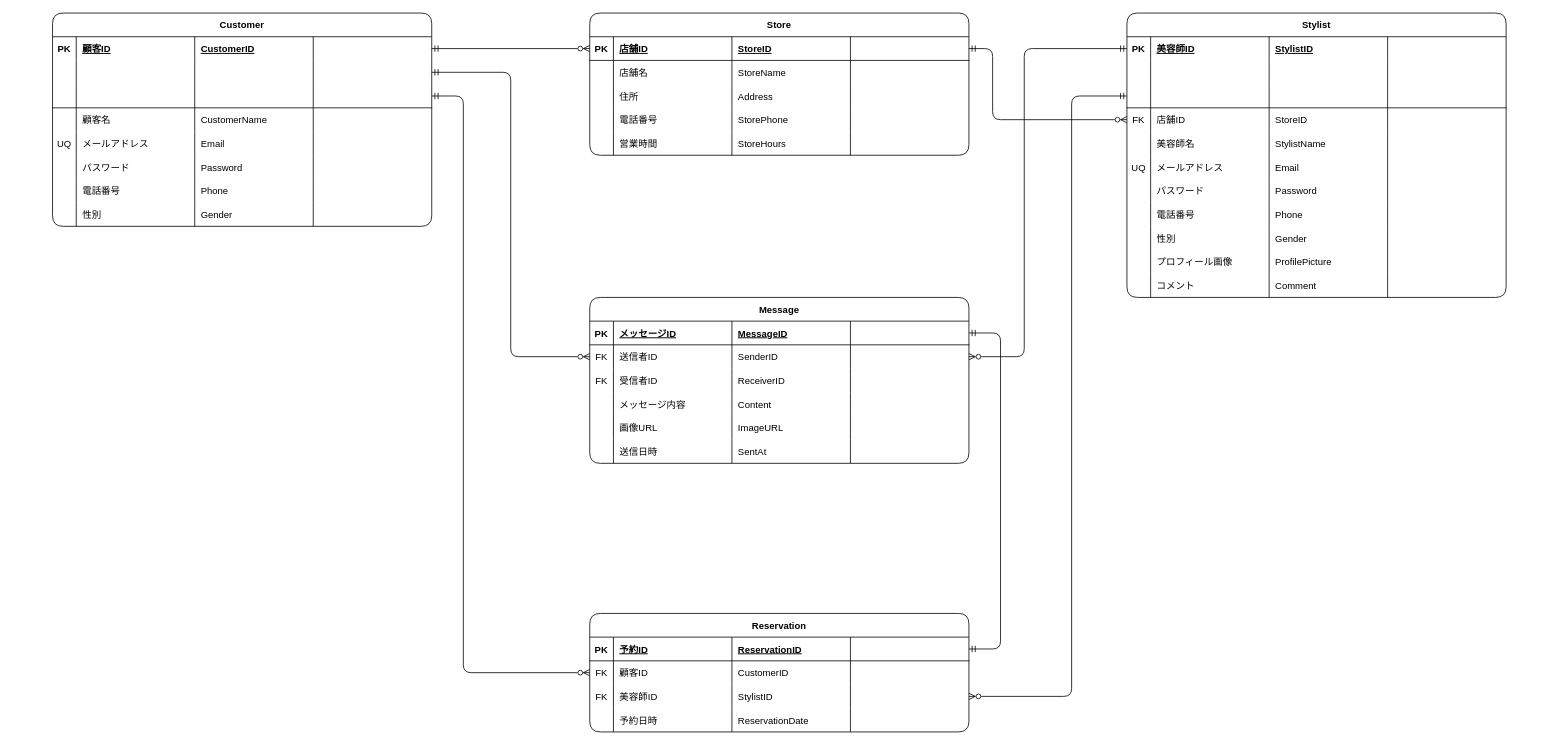
J-Team-2025-Winter/J-Team-2025-Winter keeps this draw.io diagram as background/ER-Draft_hiyo.dio. Above is the earlier version. Source tidied: cells renumbered, new cells numbered last; positions are measured from the earlier drawing's top-left corner, leaving out a move shared by most shapes. Both pictures are drawn from the tidied source at 79%, with x=0, y=0 at pixel (52, 13).
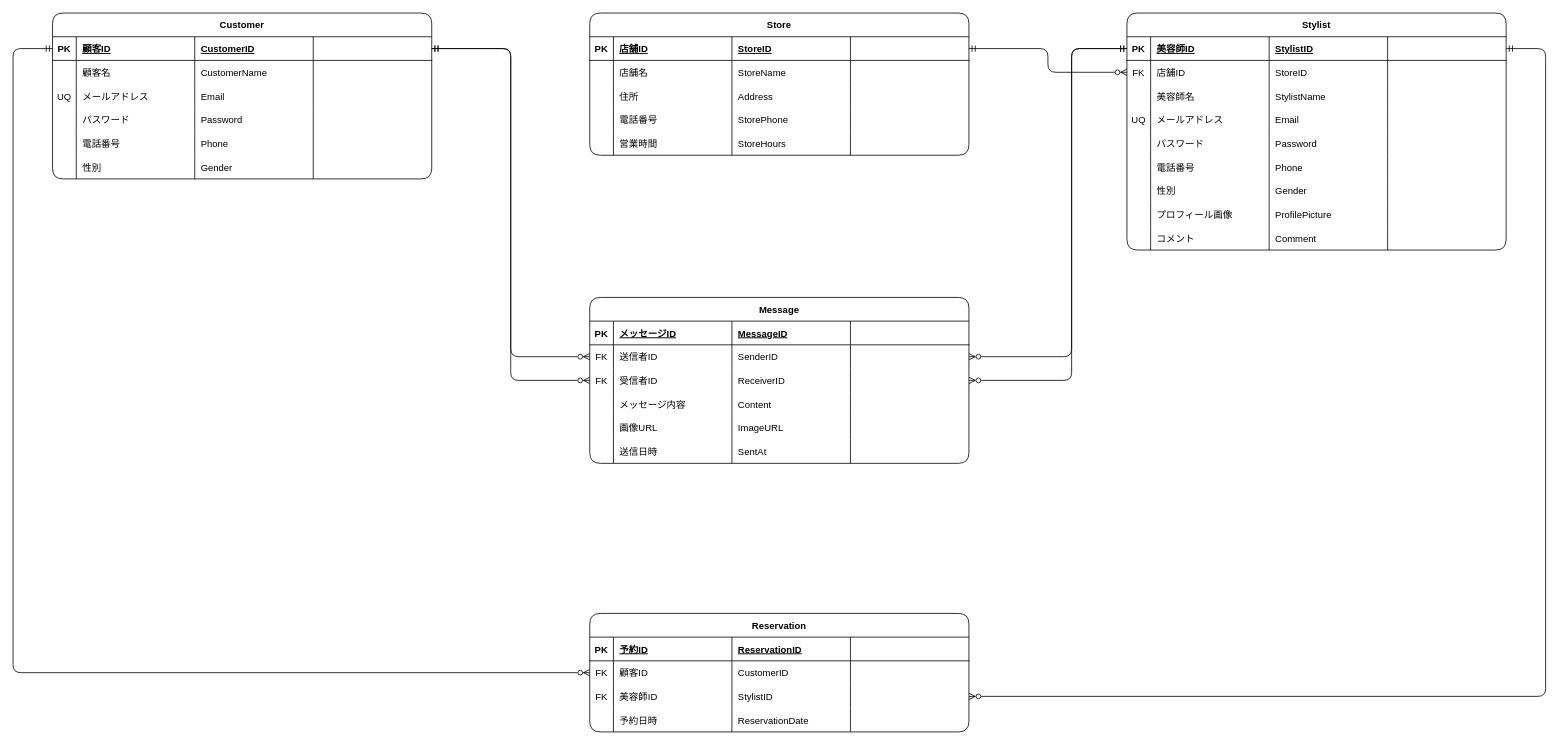
After the change.

Unchanged cells that the change refers to:
```xml
<mxCell id="100" style="shape=tableRow;horizontal=0;startSize=0;swimlaneHead=0;swimlaneBody=0;fillColor=none;points=[[0,0.5],[1,0.5]];portConstraint=eastwest;top=0;left=0;right=0;bottom=1;" parent="99" vertex="1">
  <mxGeometry y="30" width="480" height="30" as="geometry" />
</mxCell>
<mxCell id="105" style="shape=tableRow;horizontal=0;startSize=0;swimlaneHead=0;swimlaneBody=0;fillColor=none;points=[[0,0.5],[1,0.5]];portConstraint=eastwest;top=0;left=0;right=0;bottom=0;" parent="99" vertex="1">
  <mxGeometry y="60" width="480" height="30" as="geometry" />
</mxCell>
<mxCell id="110" style="shape=tableRow;horizontal=0;startSize=0;swimlaneHead=0;swimlaneBody=0;fillColor=none;points=[[0,0.5],[1,0.5]];portConstraint=eastwest;top=0;left=0;right=0;bottom=0;" parent="99" vertex="1">
  <mxGeometry y="90" width="480" height="30" as="geometry" />
</mxCell>
<mxCell id="131" style="shape=tableRow;horizontal=0;startSize=0;swimlaneHead=0;swimlaneBody=0;fillColor=none;points=[[0,0.5],[1,0.5]];portConstraint=eastwest;top=0;left=0;right=0;bottom=1;" parent="130" vertex="1">
  <mxGeometry y="30" width="480" height="30" as="geometry" />
</mxCell>
<mxCell id="136" style="shape=tableRow;horizontal=0;startSize=0;swimlaneHead=0;swimlaneBody=0;fillColor=none;points=[[0,0.5],[1,0.5]];portConstraint=eastwest;top=0;left=0;right=0;bottom=0;" parent="130" vertex="1">
  <mxGeometry y="60" width="480" height="30" as="geometry" />
</mxCell>
<mxCell id="141" style="shape=tableRow;horizontal=0;startSize=0;swimlaneHead=0;swimlaneBody=0;fillColor=none;points=[[0,0.5],[1,0.5]];portConstraint=eastwest;top=0;left=0;right=0;bottom=0;" parent="130" vertex="1">
  <mxGeometry y="90" width="480" height="30" as="geometry" />
</mxCell>
<mxCell id="152" style="shape=tableRow;horizontal=0;startSize=0;swimlaneHead=0;swimlaneBody=0;fillColor=none;points=[[0,0.5],[1,0.5]];portConstraint=eastwest;top=0;left=0;right=0;bottom=1;" parent="151" vertex="1">
  <mxGeometry y="30" width="480" height="30" as="geometry" />
</mxCell>
```

The edit, as a diff of the source:
```diff
@@
     <mxCell id="2" value="Customer" style="shape=table;startSize=30;childLayout=tableLayout;rowLines=0;fontStyle=1;align=center;rounded=1;" parent="1" vertex="1">
-      <mxGeometry width="480" height="270" as="geometry" />
+      <mxGeometry width="480" height="210" as="geometry" />
     </mxCell>
-    <mxCell id="3" style="shape=tableRow;horizontal=0;startSize=0;swimlaneHead=0;swimlaneBody=0;fillColor=none;points=[[0,0.5],[1,0.5]];portConstraint=eastwest;top=0;left=0;right=0;bottom=0;" parent="2" vertex="1">
+    <mxCell id="3" style="shape=tableRow;horizontal=0;startSize=0;swimlaneHead=0;swimlaneBody=0;fillColor=none;points=[[0,0.5],[1,0.5]];portConstraint=eastwest;top=0;left=0;right=0;bottom=1;" parent="2" vertex="1">
       <mxGeometry y="30" width="480" height="30" as="geometry" />
     </mxCell>
@@
-    <mxCell id="8" style="shape=tableRow;horizontal=0;startSize=0;swimlaneHead=0;swimlaneBody=0;fillColor=none;points=[[0,0.5],[1,0.5]];portConstraint=eastwest;top=0;left=0;right=0;bottom=0;" parent="2" vertex="1">
-      <mxGeometry y="60" width="480" height="30" as="geometry" />
-    </mxCell>
-    <mxCell id="9" style="shape=partialRectangle;fillColor=none;top=0;left=0;bottom=0;right=0;fontStyle=1;overflow=hidden;" parent="8" vertex="1">
-      <mxGeometry width="30" height="30" as="geometry" />
-    </mxCell>
-    <mxCell id="10" style="shape=partialRectangle;fillColor=none;top=0;left=0;bottom=0;right=0;align=left;spacingLeft=6;fontStyle=5;overflow=hidden;" parent="8" vertex="1">
-      <mxGeometry x="30" width="150" height="30" as="geometry" />
-    </mxCell>
-    <mxCell id="11" style="shape=partialRectangle;fillColor=none;top=0;left=0;bottom=0;right=0;align=left;spacingLeft=6;fontStyle=5;overflow=hidden;" parent="8" vertex="1">
-      <mxGeometry x="180" width="150" height="30" as="geometry" />
-    </mxCell>
-    <mxCell id="12" style="shape=partialRectangle;fillColor=none;top=0;left=0;bottom=0;right=0;align=left;spacingLeft=6;fontStyle=5;overflow=hidden;" parent="8" vertex="1">
-      <mxGeometry x="330" width="150" height="30" as="geometry" />
-    </mxCell>
-    <mxCell id="13" style="shape=tableRow;horizontal=0;startSize=0;swimlaneHead=0;swimlaneBody=0;fillColor=none;points=[[0,0.5],[1,0.5]];portConstraint=eastwest;top=0;left=0;right=0;bottom=1;" parent="2" vertex="1">
-      <mxGeometry y="90" width="480" height="30" as="geometry" />
-    </mxCell>
-    <mxCell id="14" style="shape=partialRectangle;fillColor=none;top=0;left=0;bottom=0;right=0;fontStyle=1;overflow=hidden;" parent="13" vertex="1">
-      <mxGeometry width="30" height="30" as="geometry" />
-    </mxCell>
-    <mxCell id="15" style="shape=partialRectangle;fillColor=none;top=0;left=0;bottom=0;right=0;align=left;spacingLeft=6;fontStyle=5;overflow=hidden;" parent="13" vertex="1">
-      <mxGeometry x="30" width="150" height="30" as="geometry" />
-    </mxCell>
-    <mxCell id="16" style="shape=partialRectangle;fillColor=none;top=0;left=0;bottom=0;right=0;align=left;spacingLeft=6;fontStyle=5;overflow=hidden;" parent="13" vertex="1">
-      <mxGeometry x="180" width="150" height="30" as="geometry" />
-    </mxCell>
-    <mxCell id="17" style="shape=partialRectangle;fillColor=none;top=0;left=0;bottom=0;right=0;align=left;spacingLeft=6;fontStyle=5;overflow=hidden;" parent="13" vertex="1">
-      <mxGeometry x="330" width="150" height="30" as="geometry" />
-    </mxCell>
     <mxCell id="18" style="shape=tableRow;horizontal=0;startSize=0;swimlaneHead=0;swimlaneBody=0;fillColor=none;top=0;left=0;right=0;bottom=0;" parent="2" vertex="1">
-      <mxGeometry y="120" width="480" height="30" as="geometry" />
+      <mxGeometry y="60" width="480" height="30" as="geometry" />
     </mxCell>
@@
     <mxCell id="23" style="shape=tableRow;horizontal=0;startSize=0;swimlaneHead=0;swimlaneBody=0;fillColor=none;top=0;left=0;right=0;bottom=0;" parent="2" vertex="1">
-      <mxGeometry y="150" width="480" height="30" as="geometry" />
+      <mxGeometry y="90" width="480" height="30" as="geometry" />
     </mxCell>
@@
     <mxCell id="28" style="shape=tableRow;horizontal=0;startSize=0;swimlaneHead=0;swimlaneBody=0;fillColor=none;top=0;left=0;right=0;bottom=0;" parent="2" vertex="1">
-      <mxGeometry y="180" width="480" height="30" as="geometry" />
+      <mxGeometry y="120" width="480" height="30" as="geometry" />
     </mxCell>
@@
     <mxCell id="33" style="shape=tableRow;horizontal=0;startSize=0;swimlaneHead=0;swimlaneBody=0;fillColor=none;top=0;left=0;right=0;bottom=0;" parent="2" vertex="1">
-      <mxGeometry y="210" width="480" height="30" as="geometry" />
+      <mxGeometry y="150" width="480" height="30" as="geometry" />
     </mxCell>
@@
     <mxCell id="38" style="shape=tableRow;horizontal=0;startSize=0;swimlaneHead=0;swimlaneBody=0;fillColor=none;top=0;left=0;right=0;bottom=0;" parent="2" vertex="1">
-      <mxGeometry y="240" width="480" height="30" as="geometry" />
+      <mxGeometry y="180" width="480" height="30" as="geometry" />
     </mxCell>
@@
     <mxCell id="43" value="Stylist" style="shape=table;startSize=30;childLayout=tableLayout;rowLines=0;fontStyle=1;align=center;rounded=1;" parent="1" vertex="1">
-      <mxGeometry x="1360" width="480" height="360" as="geometry" />
+      <mxGeometry x="1360" width="480" height="300" as="geometry" />
     </mxCell>
-    <mxCell id="44" style="shape=tableRow;horizontal=0;startSize=0;swimlaneHead=0;swimlaneBody=0;fillColor=none;points=[[0,0.5],[1,0.5]];portConstraint=eastwest;top=0;left=0;right=0;bottom=0;" parent="43" vertex="1">
+    <mxCell id="44" style="shape=tableRow;horizontal=0;startSize=0;swimlaneHead=0;swimlaneBody=0;fillColor=none;points=[[0,0.5],[1,0.5]];portConstraint=eastwest;top=0;left=0;right=0;bottom=1;" parent="43" vertex="1">
       <mxGeometry y="30" width="480" height="30" as="geometry" />
     </mxCell>
@@
-    <mxCell id="49" style="shape=tableRow;horizontal=0;startSize=0;swimlaneHead=0;swimlaneBody=0;fillColor=none;top=0;left=0;right=0;bottom=0;" parent="43" vertex="1">
-      <mxGeometry y="60" width="480" height="30" as="geometry" />
-    </mxCell>
-    <mxCell id="50" style="shape=partialRectangle;fillColor=none;top=0;left=0;bottom=0;right=0;fontStyle=1;overflow=hidden;" parent="49" vertex="1">
-      <mxGeometry width="30" height="30" as="geometry" />
-    </mxCell>
-    <mxCell id="51" style="shape=partialRectangle;fillColor=none;top=0;left=0;bottom=0;right=0;align=left;spacingLeft=6;fontStyle=5;overflow=hidden;" parent="49" vertex="1">
-      <mxGeometry x="30" width="150" height="30" as="geometry" />
-    </mxCell>
-    <mxCell id="52" style="shape=partialRectangle;fillColor=none;top=0;left=0;bottom=0;right=0;align=left;spacingLeft=6;fontStyle=5;overflow=hidden;" parent="49" vertex="1">
-      <mxGeometry x="180" width="150" height="30" as="geometry" />
-    </mxCell>
-    <mxCell id="53" style="shape=partialRectangle;fillColor=none;top=0;left=0;bottom=0;right=0;align=left;spacingLeft=6;fontStyle=5;overflow=hidden;" parent="49" vertex="1">
-      <mxGeometry x="330" width="150" height="30" as="geometry" />
-    </mxCell>
-    <mxCell id="54" style="shape=tableRow;horizontal=0;startSize=0;swimlaneHead=0;swimlaneBody=0;fillColor=none;points=[[0,0.5],[1,0.5]];portConstraint=eastwest;top=0;left=0;right=0;bottom=1;" parent="43" vertex="1">
-      <mxGeometry y="90" width="480" height="30" as="geometry" />
-    </mxCell>
-    <mxCell id="55" style="shape=partialRectangle;fillColor=none;top=0;left=0;bottom=0;right=0;fontStyle=1;overflow=hidden;" parent="54" vertex="1">
-      <mxGeometry width="30" height="30" as="geometry" />
-    </mxCell>
-    <mxCell id="56" style="shape=partialRectangle;fillColor=none;top=0;left=0;bottom=0;right=0;align=left;spacingLeft=6;fontStyle=5;overflow=hidden;" parent="54" vertex="1">
-      <mxGeometry x="30" width="150" height="30" as="geometry" />
-    </mxCell>
-    <mxCell id="57" style="shape=partialRectangle;fillColor=none;top=0;left=0;bottom=0;right=0;align=left;spacingLeft=6;fontStyle=5;overflow=hidden;" parent="54" vertex="1">
-      <mxGeometry x="180" width="150" height="30" as="geometry" />
-    </mxCell>
-    <mxCell id="58" style="shape=partialRectangle;fillColor=none;top=0;left=0;bottom=0;right=0;align=left;spacingLeft=6;fontStyle=5;overflow=hidden;" parent="54" vertex="1">
-      <mxGeometry x="330" width="150" height="30" as="geometry" />
-    </mxCell>
     <mxCell id="59" style="shape=tableRow;horizontal=0;startSize=0;swimlaneHead=0;swimlaneBody=0;fillColor=none;points=[[0,0.5],[1,0.5]];portConstraint=eastwest;top=0;left=0;right=0;bottom=0;" parent="43" vertex="1">
-      <mxGeometry y="120" width="480" height="30" as="geometry" />
+      <mxGeometry y="60" width="480" height="30" as="geometry" />
     </mxCell>
@@
     <mxCell id="64" style="shape=tableRow;horizontal=0;startSize=0;swimlaneHead=0;swimlaneBody=0;fillColor=none;top=0;left=0;right=0;bottom=0;" parent="43" vertex="1">
-      <mxGeometry y="150" width="480" height="30" as="geometry" />
+      <mxGeometry y="90" width="480" height="30" as="geometry" />
     </mxCell>
@@
     <mxCell id="69" style="shape=tableRow;horizontal=0;startSize=0;swimlaneHead=0;swimlaneBody=0;fillColor=none;top=0;left=0;right=0;bottom=0;" parent="43" vertex="1">
-      <mxGeometry y="180" width="480" height="30" as="geometry" />
+      <mxGeometry y="120" width="480" height="30" as="geometry" />
     </mxCell>
@@
     <mxCell id="74" style="shape=tableRow;horizontal=0;startSize=0;swimlaneHead=0;swimlaneBody=0;fillColor=none;top=0;left=0;right=0;bottom=0;" parent="43" vertex="1">
-      <mxGeometry y="210" width="480" height="30" as="geometry" />
+      <mxGeometry y="150" width="480" height="30" as="geometry" />
     </mxCell>
@@
     <mxCell id="79" style="shape=tableRow;horizontal=0;startSize=0;swimlaneHead=0;swimlaneBody=0;fillColor=none;top=0;left=0;right=0;bottom=0;" parent="43" vertex="1">
-      <mxGeometry y="240" width="480" height="30" as="geometry" />
+      <mxGeometry y="180" width="480" height="30" as="geometry" />
     </mxCell>
@@
     <mxCell id="84" style="shape=tableRow;horizontal=0;startSize=0;swimlaneHead=0;swimlaneBody=0;fillColor=none;top=0;left=0;right=0;bottom=0;" parent="43" vertex="1">
-      <mxGeometry y="270" width="480" height="30" as="geometry" />
+      <mxGeometry y="210" width="480" height="30" as="geometry" />
     </mxCell>
@@
     <mxCell id="89" style="shape=tableRow;horizontal=0;startSize=0;swimlaneHead=0;swimlaneBody=0;fillColor=none;top=0;left=0;right=0;bottom=0;" parent="43" vertex="1">
-      <mxGeometry y="300" width="480" height="30" as="geometry" />
+      <mxGeometry y="240" width="480" height="30" as="geometry" />
     </mxCell>
@@
     <mxCell id="94" style="shape=tableRow;horizontal=0;startSize=0;swimlaneHead=0;swimlaneBody=0;fillColor=none;top=0;left=0;right=0;bottom=0;" parent="43" vertex="1">
-      <mxGeometry y="330" width="480" height="30" as="geometry" />
+      <mxGeometry y="270" width="480" height="30" as="geometry" />
     </mxCell>
@@
-    <mxCell id="177" style="edgeStyle=orthogonalEdgeStyle;html=1;exitX=1;exitY=0.5;exitDx=0;exitDy=0;entryX=0;entryY=0.5;entryDx=0;entryDy=0;startArrow=ERmandOne;startFill=0;endArrow=ERzeroToMany;endFill=0;" parent="1" edge="1" source="3" target="152">
-      <mxGeometry relative="1" as="geometry" />
-    </mxCell>
+    <mxCell id="183" style="edgeStyle=orthogonalEdgeStyle;html=1;exitX=1;exitY=0.5;exitDx=0;exitDy=0;startArrow=ERmandOne;startFill=0;endArrow=ERzeroToMany;endFill=0;" parent="1" edge="1" source="3" target="105">
+      <mxGeometry relative="1" as="geometry" />
+    </mxCell>
+    <mxCell id="184" style="edgeStyle=orthogonalEdgeStyle;html=1;exitX=1;exitY=0.5;exitDx=0;exitDy=0;endArrow=ERzeroToMany;endFill=0;startArrow=ERmandOne;startFill=0;" parent="1" edge="1" source="3" target="110">
+      <mxGeometry relative="1" as="geometry" />
+    </mxCell>
+    <mxCell id="185" style="edgeStyle=orthogonalEdgeStyle;html=1;exitX=0;exitY=0.5;exitDx=0;exitDy=0;entryX=0;entryY=0.5;entryDx=0;entryDy=0;startArrow=ERmandOne;startFill=0;endArrow=ERzeroToMany;endFill=0;" parent="1" edge="1" source="3" target="136">
+      <mxGeometry relative="1" as="geometry">
+        <Array as="points">
+          <mxPoint x="-50" y="45" />
+          <mxPoint x="-50" y="835" />
+        </Array>
+      </mxGeometry>
+    </mxCell>
+    <mxCell id="181" style="edgeStyle=orthogonalEdgeStyle;html=1;exitX=1;exitY=0.5;exitDx=0;exitDy=0;entryX=0;entryY=0.5;entryDx=0;entryDy=0;startArrow=ERmandOne;startFill=0;endArrow=ERzeroToMany;endFill=0;" parent="1" edge="1" source="152" target="59">
+      <mxGeometry relative="1" as="geometry" />
+    </mxCell>
-    <mxCell id="178" style="edgeStyle=orthogonalEdgeStyle;html=1;exitX=0;exitY=0.5;exitDx=0;exitDy=0;startArrow=ERmandOne;startFill=0;endArrow=ERzeroToMany;endFill=0;" parent="1" edge="1" source="44" target="105">
+    <mxCell id="178" style="edgeStyle=orthogonalEdgeStyle;html=1;exitX=0;exitY=0.5;exitDx=0;exitDy=0;entryX=1;entryY=0.5;entryDx=0;entryDy=0;startArrow=ERmandOne;startFill=0;endArrow=ERzeroToMany;endFill=0;" parent="1" edge="1" source="44" target="105">
       <mxGeometry relative="1" as="geometry">
         <Array as="points">
-          <mxPoint x="1230" y="45" />
-          <mxPoint x="1230" y="435" />
+          <mxPoint x="1290" y="45" />
+          <mxPoint x="1290" y="435" />
         </Array>
       </mxGeometry>
     </mxCell>
-    <mxCell id="179" style="edgeStyle=orthogonalEdgeStyle;html=1;exitX=1;exitY=0.5;exitDx=0;exitDy=0;entryX=0;entryY=0.5;entryDx=0;entryDy=0;startArrow=ERmandOne;startFill=0;endArrow=ERzeroToMany;endFill=0;" parent="1" edge="1" source="13" target="136">
-      <mxGeometry relative="1" as="geometry">
-        <Array as="points">
-          <mxPoint x="520" y="105" />
-          <mxPoint x="520" y="835" />
-        </Array>
-      </mxGeometry>
-    </mxCell>
-    <mxCell id="180" style="edgeStyle=orthogonalEdgeStyle;html=1;exitX=0;exitY=0.5;exitDx=0;exitDy=0;startArrow=ERmandOne;startFill=0;endArrow=ERzeroToMany;endFill=0;" parent="1" edge="1" source="54" target="141">
-      <mxGeometry relative="1" as="geometry">
-        <Array as="points">
-          <mxPoint x="1290" y="105" />
-          <mxPoint x="1290" y="865" />
-        </Array>
-      </mxGeometry>
-    </mxCell>
-    <mxCell id="181" style="edgeStyle=orthogonalEdgeStyle;html=1;exitX=1;exitY=0.5;exitDx=0;exitDy=0;entryX=0;entryY=0.5;entryDx=0;entryDy=0;startArrow=ERmandOne;startFill=0;endArrow=ERzeroToMany;endFill=0;" parent="1" edge="1" source="152" target="59">
-      <mxGeometry relative="1" as="geometry">
-        <Array as="points">
-          <mxPoint x="1190" y="45" />
-          <mxPoint x="1190" y="135" />
-        </Array>
-      </mxGeometry>
-    </mxCell>
-    <mxCell id="182" style="edgeStyle=orthogonalEdgeStyle;html=1;exitX=1;exitY=0.5;exitDx=0;exitDy=0;entryX=0;entryY=0.5;entryDx=0;entryDy=0;startArrow=ERmandOne;startFill=0;endArrow=ERzeroToMany;endFill=0;" parent="1" edge="1" source="8" target="105">
-      <mxGeometry relative="1" as="geometry" />
-    </mxCell>
-    <mxCell id="183" style="edgeStyle=orthogonalEdgeStyle;html=1;exitX=1;exitY=0.5;exitDx=0;exitDy=0;startArrow=ERmandOne;startFill=0;endArrow=ERmandOne;endFill=0;" parent="1" edge="1" source="100" target="131">
-      <mxGeometry relative="1" as="geometry">
-        <Array as="points">
-          <mxPoint x="1200" y="405" />
-          <mxPoint x="1200" y="805" />
-        </Array>
-      </mxGeometry>
-    </mxCell>
+    <mxCell id="186" style="edgeStyle=orthogonalEdgeStyle;html=1;exitX=0;exitY=0.5;exitDx=0;exitDy=0;entryX=1;entryY=0.5;entryDx=0;entryDy=0;startArrow=ERmandOne;startFill=0;endArrow=ERzeroToMany;endFill=0;" parent="1" edge="1" source="44" target="110">
+      <mxGeometry relative="1" as="geometry">
+        <Array as="points">
+          <mxPoint x="1290" y="45" />
+          <mxPoint x="1290" y="465" />
+        </Array>
+      </mxGeometry>
+    </mxCell>
+    <mxCell id="187" style="edgeStyle=orthogonalEdgeStyle;html=1;exitX=1;exitY=0.5;exitDx=0;exitDy=0;startArrow=ERmandOne;startFill=0;endArrow=ERzeroToMany;endFill=0;" parent="1" edge="1" source="44" target="141">
+      <mxGeometry relative="1" as="geometry">
+        <Array as="points">
+          <mxPoint x="1890" y="45" />
+          <mxPoint x="1890" y="865" />
+        </Array>
+      </mxGeometry>
+    </mxCell>
```
